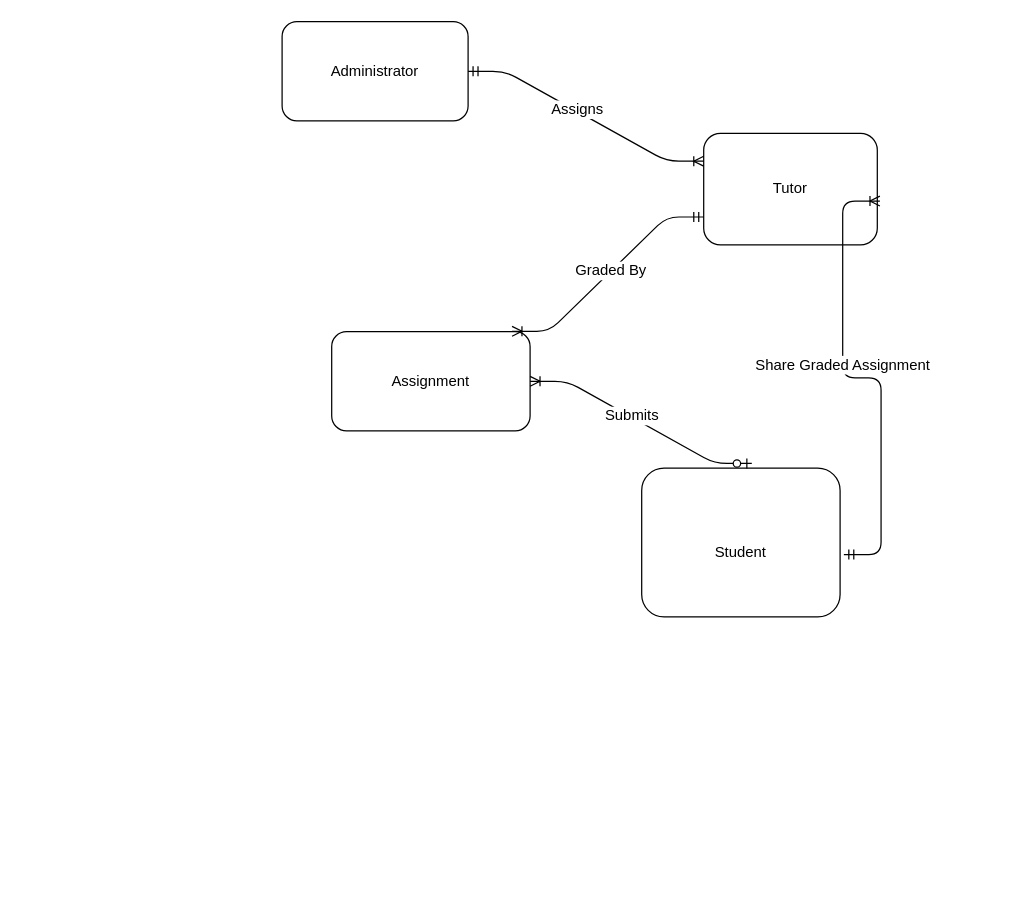
logankilpatrick/OxfordUnit2 keeps this draw.io diagram as page "EntityRelationship" (4 of 6) of Unit2Question2.drawio. Above is the earlier version. Source tidied: cells renumbered, new cells numbered last; positions are measured from the earlier drawing's top-left corner, leaving out a move shared by most shapes. Both pictures are drawn from the tidied source at 124%, with x=0, y=0 at pixel (281, 21).
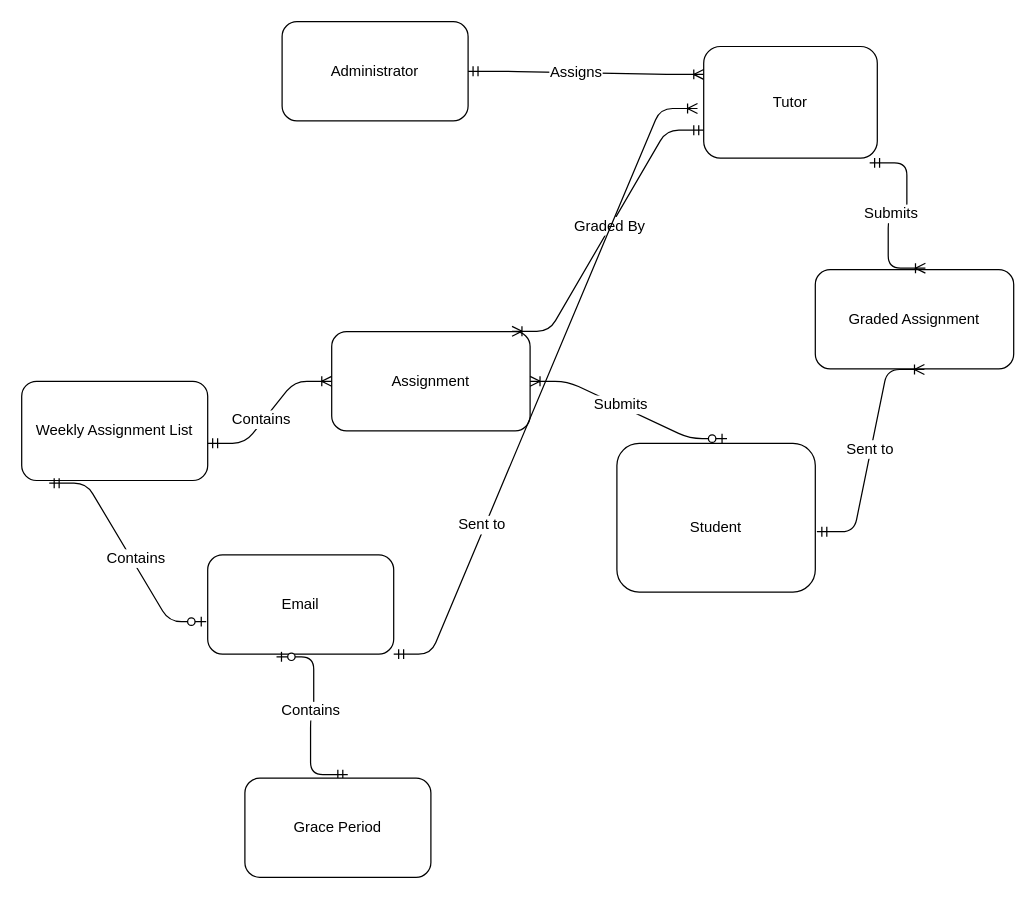
Above is the later version.

Unchanged cells that the change refers to:
```xml
<mxCell id="3" value="Assignment" style="rounded=1;whiteSpace=wrap;html=1;" parent="1" vertex="1">
  <mxGeometry x="40" y="250" width="160" height="80" as="geometry" />
</mxCell>
```

What changed in the source:
```diff
@@
     <mxCell id="2" value="&lt;br&gt;Student" style="rounded=1;whiteSpace=wrap;html=1;" parent="1" vertex="1">
-      <mxGeometry x="290" y="360" width="160" height="120" as="geometry" />
+      <mxGeometry x="270" y="340" width="160" height="120" as="geometry" />
     </mxCell>
@@
     <mxCell id="4" value="Tutor" style="rounded=1;whiteSpace=wrap;html=1;" parent="1" vertex="1">
-      <mxGeometry x="340" y="90" width="140" height="90" as="geometry" />
+      <mxGeometry x="340" y="20" width="140" height="90" as="geometry" />
     </mxCell>
@@
-    <mxCell id="12" style="edgeStyle=entityRelationEdgeStyle;fontSize=12;html=1;endArrow=ERoneToMany;startArrow=ERmandOne;strokeWidth=1;entryX=1.015;entryY=0.607;entryDx=0;entryDy=0;entryPerimeter=0;exitX=1.019;exitY=0.581;exitDx=0;exitDy=0;exitPerimeter=0;" parent="1" edge="1" source="2" target="4">
-      <mxGeometry relative="1" as="geometry" />
-    </mxCell>
-    <mxCell id="13" value="Share Graded Assignment" style="edgeLabel;html=1;align=center;verticalAlign=middle;fontSize=12;" parent="12" vertex="1">
-      <mxGeometry x="0.14" y="1" relative="1" as="geometry" />
-    </mxCell>
+    <mxCell id="14" value="Graded Assignment" style="rounded=1;whiteSpace=wrap;html=1;" parent="1" vertex="1">
+      <mxGeometry x="430" y="200" width="160" height="80" as="geometry" />
+    </mxCell>
+    <mxCell id="15" style="edgeStyle=entityRelationEdgeStyle;fontSize=12;html=1;endArrow=ERoneToMany;startArrow=ERmandOne;strokeWidth=1;exitX=0.956;exitY=1.043;exitDx=0;exitDy=0;exitPerimeter=0;entryX=0.555;entryY=-0.015;entryDx=0;entryDy=0;entryPerimeter=0;" parent="1" edge="1" source="4" target="14">
+      <mxGeometry relative="1" as="geometry" />
+    </mxCell>
+    <mxCell id="16" value="Submits" style="edgeLabel;html=1;align=center;verticalAlign=middle;fontSize=12;" parent="15" vertex="1">
+      <mxGeometry x="0.07" y="-2" relative="1" as="geometry" />
+    </mxCell>
+    <mxCell id="17" style="edgeStyle=entityRelationEdgeStyle;fontSize=12;html=1;endArrow=ERoneToMany;startArrow=ERmandOne;strokeWidth=1;entryX=0.55;entryY=1.006;entryDx=0;entryDy=0;entryPerimeter=0;exitX=1.008;exitY=0.594;exitDx=0;exitDy=0;exitPerimeter=0;" parent="1" edge="1" source="2" target="14">
+      <mxGeometry relative="1" as="geometry" />
+    </mxCell>
+    <mxCell id="18" value="Sent to" style="edgeLabel;html=1;align=center;verticalAlign=middle;fontSize=12;" parent="17" vertex="1">
+      <mxGeometry x="0.01" y="1" relative="1" as="geometry" />
+    </mxCell>
+    <mxCell id="19" value="Email" style="rounded=1;whiteSpace=wrap;html=1;" parent="1" vertex="1">
+      <mxGeometry x="-60" y="430" width="150" height="80" as="geometry" />
+    </mxCell>
+    <mxCell id="20" style="edgeStyle=entityRelationEdgeStyle;fontSize=12;html=1;endArrow=ERoneToMany;startArrow=ERmandOne;strokeWidth=1;exitX=1;exitY=1;exitDx=0;exitDy=0;" parent="1" edge="1" source="19">
+      <mxGeometry relative="1" as="geometry">
+        <mxPoint x="335" y="70" as="targetPoint" />
+      </mxGeometry>
+    </mxCell>
+    <mxCell id="21" value="Sent to" style="edgeLabel;html=1;align=center;verticalAlign=middle;fontSize=12;" parent="20" vertex="1">
+      <mxGeometry x="-0.47" y="3" relative="1" as="geometry" />
+    </mxCell>
+    <mxCell id="22" value="Weekly Assignment List" style="rounded=1;whiteSpace=wrap;html=1;" parent="1" vertex="1">
+      <mxGeometry x="-210" y="290" width="150" height="80" as="geometry" />
+    </mxCell>
+    <mxCell id="23" style="edgeStyle=entityRelationEdgeStyle;fontSize=12;html=1;endArrow=ERoneToMany;startArrow=ERmandOne;strokeWidth=1;entryX=0;entryY=0.5;entryDx=0;entryDy=0;" parent="1" edge="1" target="3">
+      <mxGeometry relative="1" as="geometry">
+        <mxPoint x="-60" y="340" as="sourcePoint" />
+      </mxGeometry>
+    </mxCell>
+    <mxCell id="24" value="Contains" style="edgeLabel;html=1;align=center;verticalAlign=middle;fontSize=12;" parent="23" vertex="1">
+      <mxGeometry x="-0.14" y="3" relative="1" as="geometry" />
+    </mxCell>
+    <mxCell id="25" style="edgeStyle=entityRelationEdgeStyle;fontSize=12;html=1;endArrow=ERzeroToOne;startArrow=ERmandOne;strokeWidth=1;entryX=-0.008;entryY=0.673;entryDx=0;entryDy=0;entryPerimeter=0;exitX=0.148;exitY=1.027;exitDx=0;exitDy=0;exitPerimeter=0;" parent="1" edge="1" source="22" target="19">
+      <mxGeometry relative="1" as="geometry" />
+    </mxCell>
+    <mxCell id="26" value="Contains" style="edgeLabel;html=1;align=center;verticalAlign=middle;fontSize=12;" parent="25" vertex="1">
+      <mxGeometry x="0.07" y="3" relative="1" as="geometry" />
+    </mxCell>
+    <mxCell id="27" style="edgeStyle=entityRelationEdgeStyle;fontSize=12;html=1;endArrow=ERzeroToOne;startArrow=ERmandOne;strokeWidth=1;entryX=0.37;entryY=1.027;entryDx=0;entryDy=0;entryPerimeter=0;exitX=0.553;exitY=-0.035;exitDx=0;exitDy=0;exitPerimeter=0;" parent="1" edge="1" source="29" target="19">
+      <mxGeometry relative="1" as="geometry" />
+    </mxCell>
+    <mxCell id="28" value="Contains" style="edgeLabel;html=1;align=center;verticalAlign=middle;fontSize=12;" parent="27" vertex="1">
+      <mxGeometry x="0.07" y="3" relative="1" as="geometry" />
+    </mxCell>
+    <mxCell id="29" value="Grace Period" style="rounded=1;whiteSpace=wrap;html=1;" parent="1" vertex="1">
+      <mxGeometry x="-30" y="610" width="150" height="80" as="geometry" />
+    </mxCell>
```
